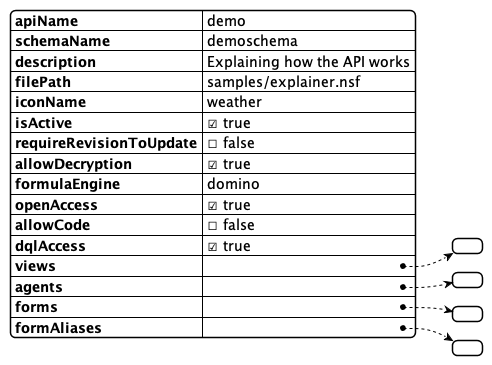
Before: docs/assets/images/SchemaTopLevel.png, a diagram exported from PlantUML (HCL-TECH-SOFTWARE/domino-keep-docs). Source of this version:
```plantuml
@startjson SchemaTopLevel
{
	"apiName": "demo",
	"schemaName": "demoschema",
	"description": "Explaining how the API works",
	"filePath": "samples/explainer.nsf",
	"iconName": "weather",
	"isActive": true,
	"requireRevisionToUpdate": false,
    "allowDecryption": true,
    "formulaEngine": "domino",
	"openAccess": true,
	"allowCode": false,
	"dqlAccess": true,
	"views": [],
	"agents": [],
	"forms": [	],
	"formAliases": {}
}
@endjson
```
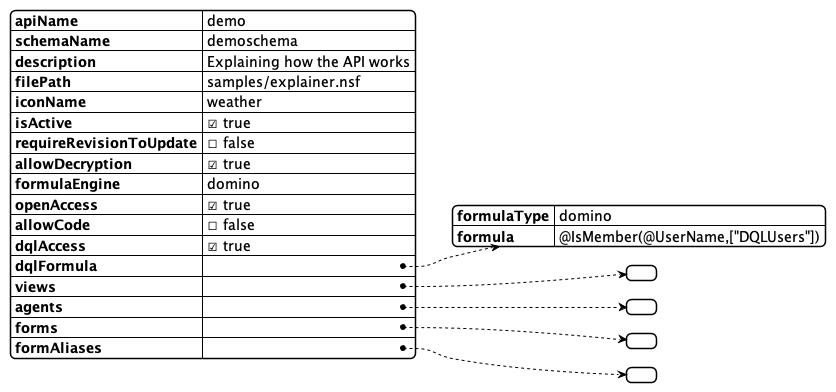
After the commit.

Change to the diagram source:
```diff
@@ -12,6 +12,10 @@
 	"openAccess": true,
 	"allowCode": false,
 	"dqlAccess": true,
+        "dqlFormula" : {
+        "formulaType" : "domino",
+        "formula" : "@IsMember(@UserName,[\"DQLUsers\"])"
+    },
 	"views": [],
 	"agents": [],
 	"forms": [	],
```
